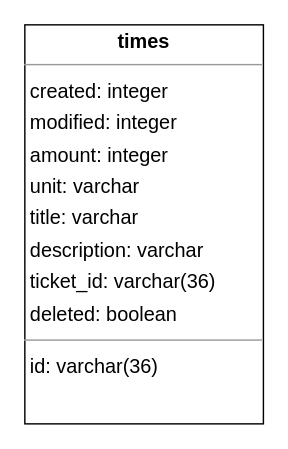
Above: Database/DDL/Extensions/Times/Definition.V1.drawio in Helix-Track/Core (draw.io), before the change. Source tidied: cells renumbered, new cells numbered last; positions are measured from the earlier drawing's top-left corner, leaving out a move shared by most shapes. Both pictures are drawn from the tidied source at 142%, with x=0, y=0 at pixel (24, 24).
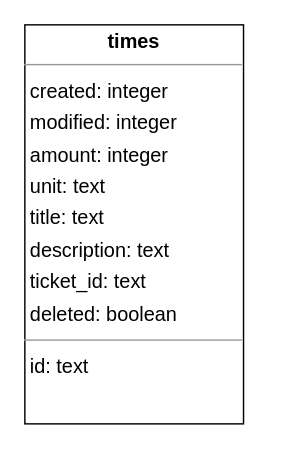
Above is the later version.

Diff of the diagram source:
```diff
@@
 <mxGraphModel>
   <root>
     <mxCell id="0" />
     <mxCell id="1" parent="0" />
-    <mxCell id="2" value="&lt;p style=&quot;margin:0px;margin-top:4px;text-align:center;&quot;&gt;&lt;b&gt;times&lt;/b&gt;&lt;/p&gt;&lt;hr size=&quot;1&quot;/&gt;&lt;p style=&quot;margin:0 0 0 4px;line-height:1.6;&quot;&gt; created: integer&lt;br/&gt; modified: integer&lt;br/&gt; amount: integer&lt;br/&gt; unit: varchar&lt;br/&gt; title: varchar&lt;br/&gt; description: varchar&lt;br/&gt; ticket_id: varchar(36)&lt;br/&gt; deleted: boolean&lt;/p&gt;&lt;hr size=&quot;1&quot;/&gt;&lt;p style=&quot;margin:0 0 0 4px;line-height:1.6;&quot;&gt; id: varchar(36)&lt;/p&gt;" style="verticalAlign=top;align=left;overflow=fill;fontSize=14;fontFamily=Helvetica;html=1;rounded=0;shadow=0;comic=0;labelBackgroundColor=none;strokeWidth=1;" parent="1" vertex="1">
-      <mxGeometry width="168" height="281" as="geometry" />
+    <mxCell id="2" value="&lt;p style=&quot;margin:0px;margin-top:4px;text-align:center;&quot;&gt;&lt;b&gt;times&lt;/b&gt;&lt;/p&gt;&lt;hr size=&quot;1&quot;/&gt;&lt;p style=&quot;margin:0 0 0 4px;line-height:1.6;&quot;&gt; created: integer&lt;br/&gt; modified: integer&lt;br/&gt; amount: integer&lt;br/&gt; unit: text&lt;br/&gt; title: text&lt;br/&gt; description: text&lt;br/&gt; ticket_id: text&lt;br/&gt; deleted: boolean&lt;/p&gt;&lt;hr size=&quot;1&quot;/&gt;&lt;p style=&quot;margin:0 0 0 4px;line-height:1.6;&quot;&gt; id: text&lt;/p&gt;" style="verticalAlign=top;align=left;overflow=fill;fontSize=14;fontFamily=Helvetica;html=1;rounded=0;shadow=0;comic=0;labelBackgroundColor=none;strokeWidth=1;" parent="1" vertex="1">
+      <mxGeometry width="154" height="281" as="geometry" />
     </mxCell>
   </root>
 </mxGraphModel>
```
